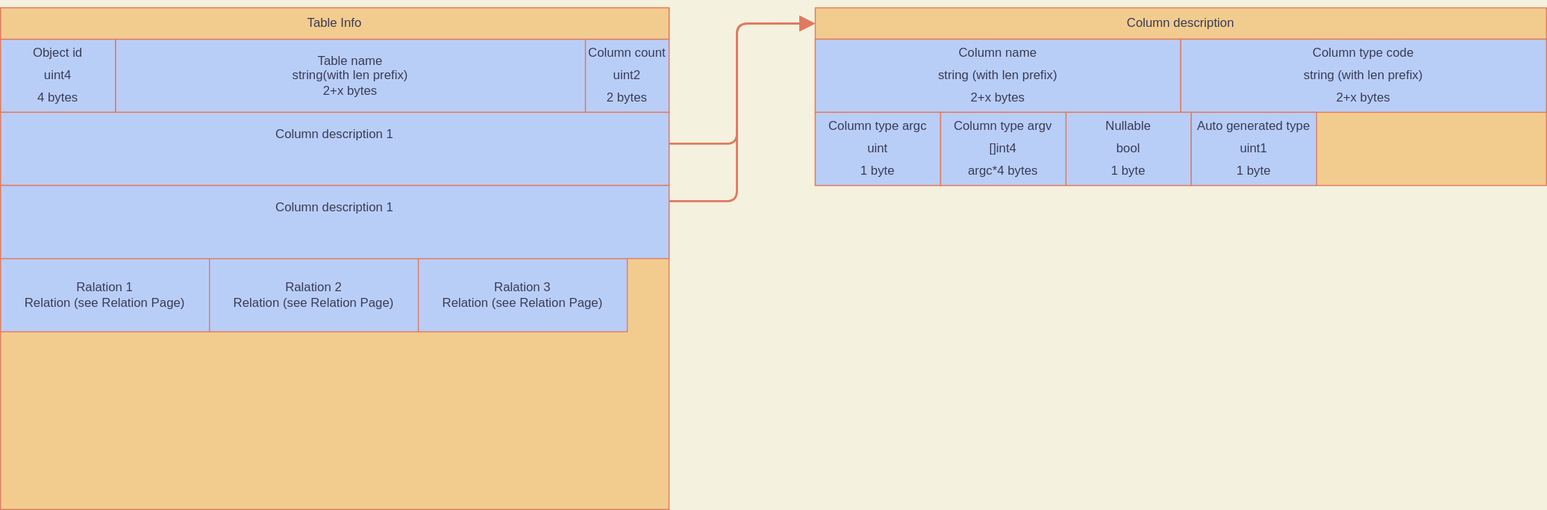
Before: documentacion/table_info.doc.svg, a diagram exported from draw.io (Harry29-exe/HomegrownDB). Source tidied: cells renumbered, new cells last; positions are measured from the earlier drawing's top-left corner, leaving out a move shared by most shapes.
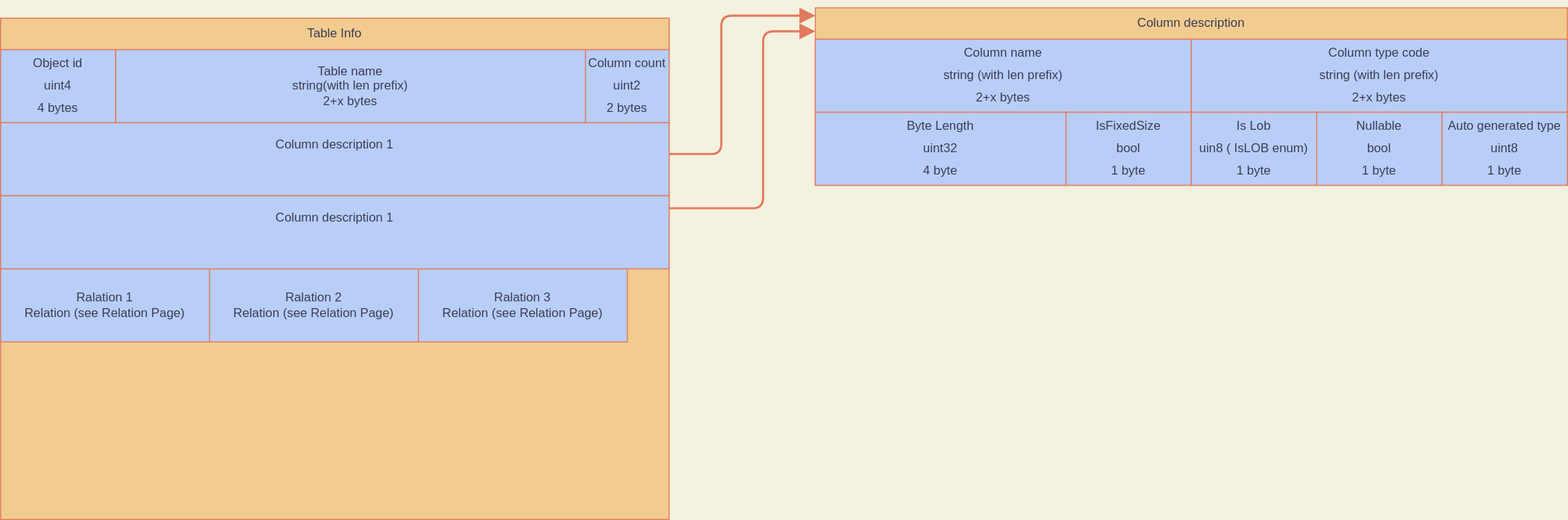
Later version of the same file.

Commit message:
changed column diagram, so it is consistent with struct in code,

The edit, as a diff of the source:
```diff
@@ -3,7 +3,7 @@
     <mxCell id="0" />
     <mxCell id="1" parent="0" />
     <mxCell id="2" value="&lt;p style=&quot;line-height: 1.8&quot;&gt;&lt;br&gt;&lt;/p&gt;" style="rounded=0;whiteSpace=wrap;html=1;sketch=0;fontColor=#393C56;strokeColor=#E07A5F;fillColor=#F2CC8F;fontStyle=0;verticalAlign=middle;" parent="1" vertex="1">
-      <mxGeometry x="780" y="30" width="700" height="140" as="geometry" />
+      <mxGeometry x="780" y="20" width="720" height="140" as="geometry" />
     </mxCell>
     <mxCell id="3" style="rounded=0;whiteSpace=wrap;html=1;fillColor=#F2CC8F;strokeColor=#E07A5F;fontColor=#393C56;" parent="1" vertex="1">
       <mxGeometry width="640" height="480" as="geometry" />
@@ -14,19 +14,23 @@
     <mxCell id="5" value="&lt;p style=&quot;line-height: 1.8&quot;&gt;Object id&lt;br&gt;uint4&lt;br&gt;4 bytes&lt;/p&gt;" style="rounded=0;whiteSpace=wrap;html=1;sketch=0;fontColor=#393C56;strokeColor=#E07A5F;fillColor=#B9CEF7;fontStyle=0;spacing=2;" parent="1" vertex="1">
       <mxGeometry y="30" width="110" height="70" as="geometry" />
     </mxCell>
-    <mxCell id="6" style="rounded=1;sketch=0;jettySize=auto;html=1;fontColor=#393C56;strokeColor=#E07A5F;fillColor=#F2CC8F;strokeWidth=2;edgeStyle=orthogonalEdgeStyle;endArrow=block;endFill=1;endSize=10;entryX=0;entryY=0.5;entryDx=0;entryDy=0;exitX=1;exitY=0.5;exitDx=0;exitDy=0;" parent="1" edge="1" source="17" target="12">
+    <mxCell id="6" style="rounded=1;sketch=0;jettySize=auto;html=1;fontColor=#393C56;strokeColor=#E07A5F;fillColor=#F2CC8F;strokeWidth=2;edgeStyle=orthogonalEdgeStyle;endArrow=block;endFill=1;endSize=10;exitX=1;exitY=0.5;exitDx=0;exitDy=0;entryX=0;entryY=0.25;entryDx=0;entryDy=0;" parent="1" edge="1" source="17" target="12">
       <mxGeometry relative="1" as="geometry">
         <Array as="points">
           <mxPoint x="630" y="135" />
           <mxPoint x="630" y="130" />
-          <mxPoint x="705" y="130" />
-          <mxPoint x="705" y="15" />
+          <mxPoint x="690" y="130" />
+          <mxPoint x="690" y="-2" />
         </Array>
       </mxGeometry>
     </mxCell>
-    <mxCell id="7" style="edgeStyle=orthogonalEdgeStyle;rounded=1;sketch=0;jettySize=auto;html=1;entryX=0;entryY=0.5;entryDx=0;entryDy=0;fontColor=#393C56;endArrow=block;endFill=1;endSize=10;strokeColor=#E07A5F;strokeWidth=2;fillColor=#F2CC8F;" parent="1" edge="1" target="12">
+    <mxCell id="7" style="edgeStyle=orthogonalEdgeStyle;rounded=1;sketch=0;jettySize=auto;html=1;fontColor=#393C56;endArrow=block;endFill=1;endSize=10;strokeColor=#E07A5F;strokeWidth=2;fillColor=#F2CC8F;entryX=0;entryY=0.75;entryDx=0;entryDy=0;" parent="1" edge="1" target="12">
       <mxGeometry relative="1" as="geometry">
-        <mxPoint x="630" y="185" as="sourcePoint" />
+        <mxPoint x="570" y="182" as="sourcePoint" />
+        <Array as="points">
+          <mxPoint x="730" y="182" />
+          <mxPoint x="730" y="13" />
+        </Array>
       </mxGeometry>
     </mxCell>
     <mxCell id="8" value="&lt;p style=&quot;line-height: 1.8&quot;&gt;Column count&lt;br&gt;uint2&lt;br&gt;2 bytes&lt;/p&gt;" style="rounded=0;whiteSpace=wrap;html=1;sketch=0;fontColor=#393C56;strokeColor=#E07A5F;fillColor=#B9CEF7;fontStyle=0;spacing=2;" parent="1" vertex="1">
@@ -42,19 +46,16 @@
       <mxGeometry x="400" y="240" width="200" height="70" as="geometry" />
     </mxCell>
     <mxCell id="12" value="&lt;p style=&quot;line-height: 1.8&quot;&gt;Column description&lt;/p&gt;" style="rounded=0;whiteSpace=wrap;html=1;sketch=0;fontColor=#393C56;strokeColor=#E07A5F;fillColor=#F2CC8F;fontStyle=0;verticalAlign=middle;" parent="1" vertex="1">
-      <mxGeometry x="780" width="700" height="30" as="geometry" />
+      <mxGeometry x="780" y="-10" width="720" height="30" as="geometry" />
     </mxCell>
     <mxCell id="13" value="&lt;p style=&quot;line-height: 1.8&quot;&gt;Column name&lt;br&gt;string (with len prefix)&lt;br&gt;2+x bytes&lt;/p&gt;" style="rounded=0;whiteSpace=wrap;html=1;sketch=0;fontColor=#393C56;strokeColor=#E07A5F;fillColor=#B9CEF7;fontStyle=0;spacing=2;" parent="1" vertex="1">
-      <mxGeometry x="780" y="30" width="350" height="70" as="geometry" />
+      <mxGeometry x="780" y="20" width="360" height="70" as="geometry" />
     </mxCell>
-    <mxCell id="14" value="&lt;p style=&quot;line-height: 1.8&quot;&gt;Column type argc&lt;br&gt;uint&lt;br&gt;1 byte&lt;/p&gt;" style="rounded=0;whiteSpace=wrap;html=1;sketch=0;fontColor=#393C56;strokeColor=#E07A5F;fillColor=#B9CEF7;fontStyle=0;spacing=2;" parent="1" vertex="1">
-      <mxGeometry x="780" y="100" width="120" height="70" as="geometry" />
-    </mxCell>
     <mxCell id="15" value="&lt;p style=&quot;line-height: 1.8&quot;&gt;Column type code&lt;br&gt;string (with len prefix)&lt;br&gt;2+x bytes&lt;/p&gt;" style="rounded=0;whiteSpace=wrap;html=1;sketch=0;fontColor=#393C56;strokeColor=#E07A5F;fillColor=#B9CEF7;fontStyle=0;spacing=2;" parent="1" vertex="1">
-      <mxGeometry x="1130" y="30" width="350" height="70" as="geometry" />
+      <mxGeometry x="1140" y="20" width="360" height="70" as="geometry" />
     </mxCell>
     <mxCell id="16" value="&lt;p style=&quot;line-height: 1.8&quot;&gt;Nullable&lt;br&gt;bool&lt;br&gt;1 byte&lt;/p&gt;" style="rounded=0;whiteSpace=wrap;html=1;sketch=0;fontColor=#393C56;strokeColor=#E07A5F;fillColor=#B9CEF7;fontStyle=0;spacing=2;" parent="1" vertex="1">
-      <mxGeometry x="1020" y="100" width="120" height="70" as="geometry" />
+      <mxGeometry x="1260" y="90" width="120" height="70" as="geometry" />
     </mxCell>
     <mxCell id="17" value="&lt;span&gt;Column description 1&lt;br&gt;&lt;br&gt;&lt;br&gt;&lt;/span&gt;" style="rounded=0;whiteSpace=wrap;html=1;sketch=0;fontColor=#393C56;strokeColor=#E07A5F;fillColor=#B9CEF7;fontStyle=0;labelBackgroundColor=none;" parent="1" vertex="1">
       <mxGeometry y="100" width="640" height="70" as="geometry" />
@@ -65,11 +66,17 @@
     <mxCell id="19" value="Table Info" style="rounded=0;whiteSpace=wrap;html=1;fillColor=#F2CC8F;strokeColor=#E07A5F;fontColor=#393C56;" parent="1" vertex="1">
       <mxGeometry width="640" height="30" as="geometry" />
     </mxCell>
-    <mxCell id="20" value="&lt;p style=&quot;line-height: 1.8&quot;&gt;Auto generated type&lt;br&gt;uint1&lt;br&gt;1 byte&lt;/p&gt;" style="rounded=0;whiteSpace=wrap;html=1;sketch=0;fontColor=#393C56;strokeColor=#E07A5F;fillColor=#B9CEF7;fontStyle=0;spacing=2;" parent="1" vertex="1">
-      <mxGeometry x="1140" y="100" width="120" height="70" as="geometry" />
+    <mxCell id="20" value="&lt;p style=&quot;line-height: 1.8&quot;&gt;Auto generated type&lt;br&gt;uint8&lt;br&gt;1 byte&lt;/p&gt;" style="rounded=0;whiteSpace=wrap;html=1;sketch=0;fontColor=#393C56;strokeColor=#E07A5F;fillColor=#B9CEF7;fontStyle=0;spacing=2;" parent="1" vertex="1">
+      <mxGeometry x="1380" y="90" width="120" height="70" as="geometry" />
     </mxCell>
-    <mxCell id="21" value="&lt;p style=&quot;line-height: 1.8&quot;&gt;Column type argv&lt;br&gt;[]int4&lt;br&gt;argc*4 bytes&lt;/p&gt;" style="rounded=0;whiteSpace=wrap;html=1;sketch=0;fontColor=#393C56;strokeColor=#E07A5F;fillColor=#B9CEF7;fontStyle=0;spacing=2;" parent="1" vertex="1">
-      <mxGeometry x="900" y="100" width="120" height="70" as="geometry" />
+    <mxCell id="21" value="&lt;p style=&quot;line-height: 1.8&quot;&gt;IsFixedSize&lt;br&gt;bool&lt;br&gt;1 byte&lt;/p&gt;" style="rounded=0;whiteSpace=wrap;html=1;sketch=0;fontColor=#393C56;strokeColor=#E07A5F;fillColor=#B9CEF7;fontStyle=0;spacing=2;" parent="1" vertex="1">
+      <mxGeometry x="1020" y="90" width="120" height="70" as="geometry" />
     </mxCell>
+    <mxCell id="22" value="&lt;p style=&quot;line-height: 1.8&quot;&gt;Byte Length&lt;br&gt;uint32&lt;br&gt;4 byte&lt;/p&gt;" style="rounded=0;whiteSpace=wrap;html=1;sketch=0;fontColor=#393C56;strokeColor=#E07A5F;fillColor=#B9CEF7;fontStyle=0;spacing=2;" parent="1" vertex="1">
+      <mxGeometry x="780" y="90" width="240" height="70" as="geometry" />
+    </mxCell>
+    <mxCell id="23" value="&lt;p style=&quot;line-height: 1.8&quot;&gt;Is Lob&lt;br&gt;uin8 ( IsLOB enum)&lt;br&gt;1 byte&lt;/p&gt;" style="rounded=0;whiteSpace=wrap;html=1;sketch=0;fontColor=#393C56;strokeColor=#E07A5F;fillColor=#B9CEF7;fontStyle=0;spacing=2;" parent="1" vertex="1">
+      <mxGeometry x="1140" y="90" width="120" height="70" as="geometry" />
+    </mxCell>
   </root>
 </mxGraphModel>
```
